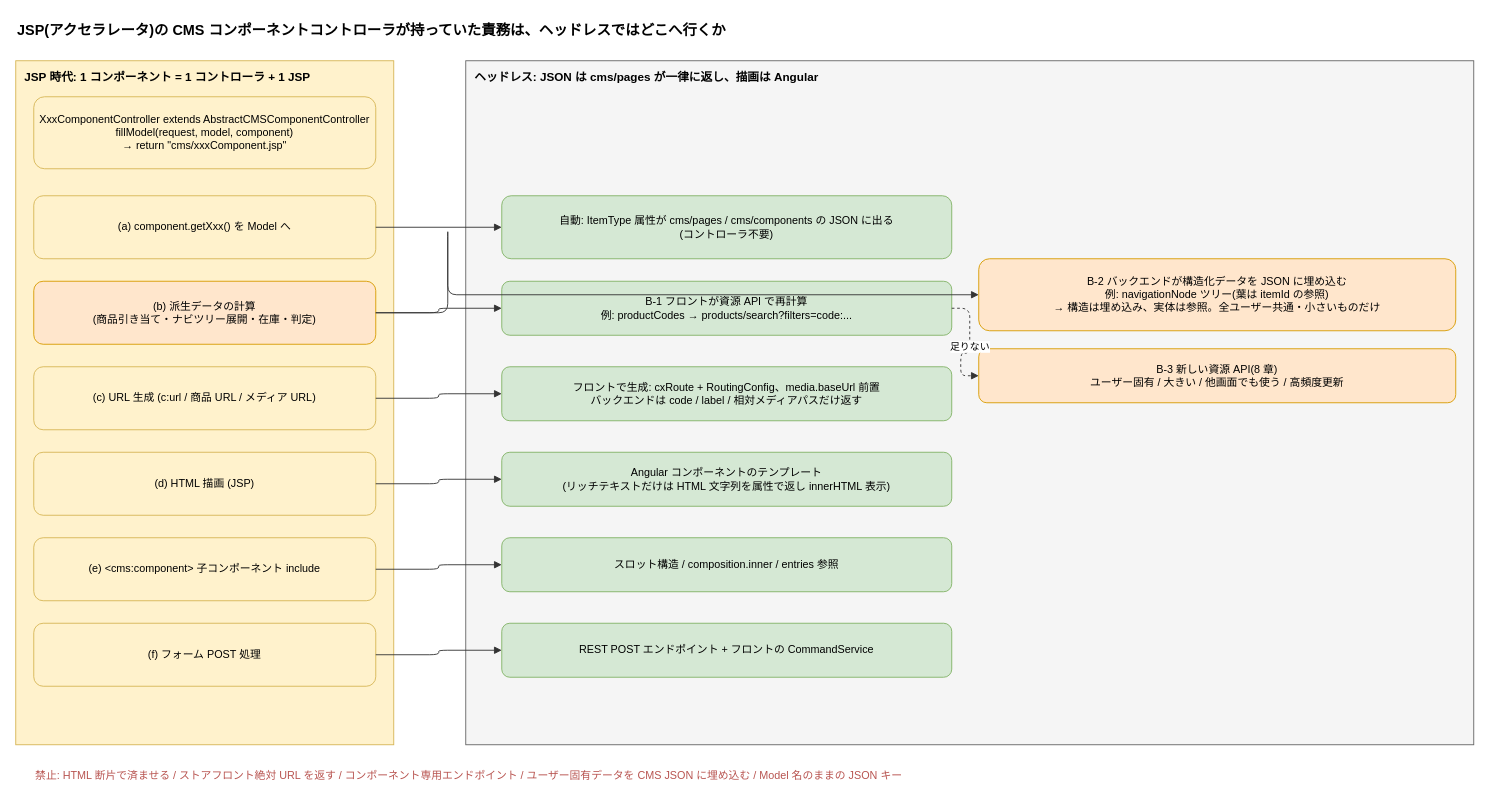
The draw.io diagram page "05 JSP→ヘッドレス 責務の移行" (5 of 13) of docs/diagrams/spartacus-architecture.drawio in kazumasamatsumoto/spartacus-architecture-notes, before the edit. Source tidied: cells renumbered, new cells numbered last; positions are measured from the earlier drawing's top-left corner, leaving out a move shared by most shapes. Both pictures are drawn from the tidied source at 90%, with x=0, y=0 at pixel (15, 15).
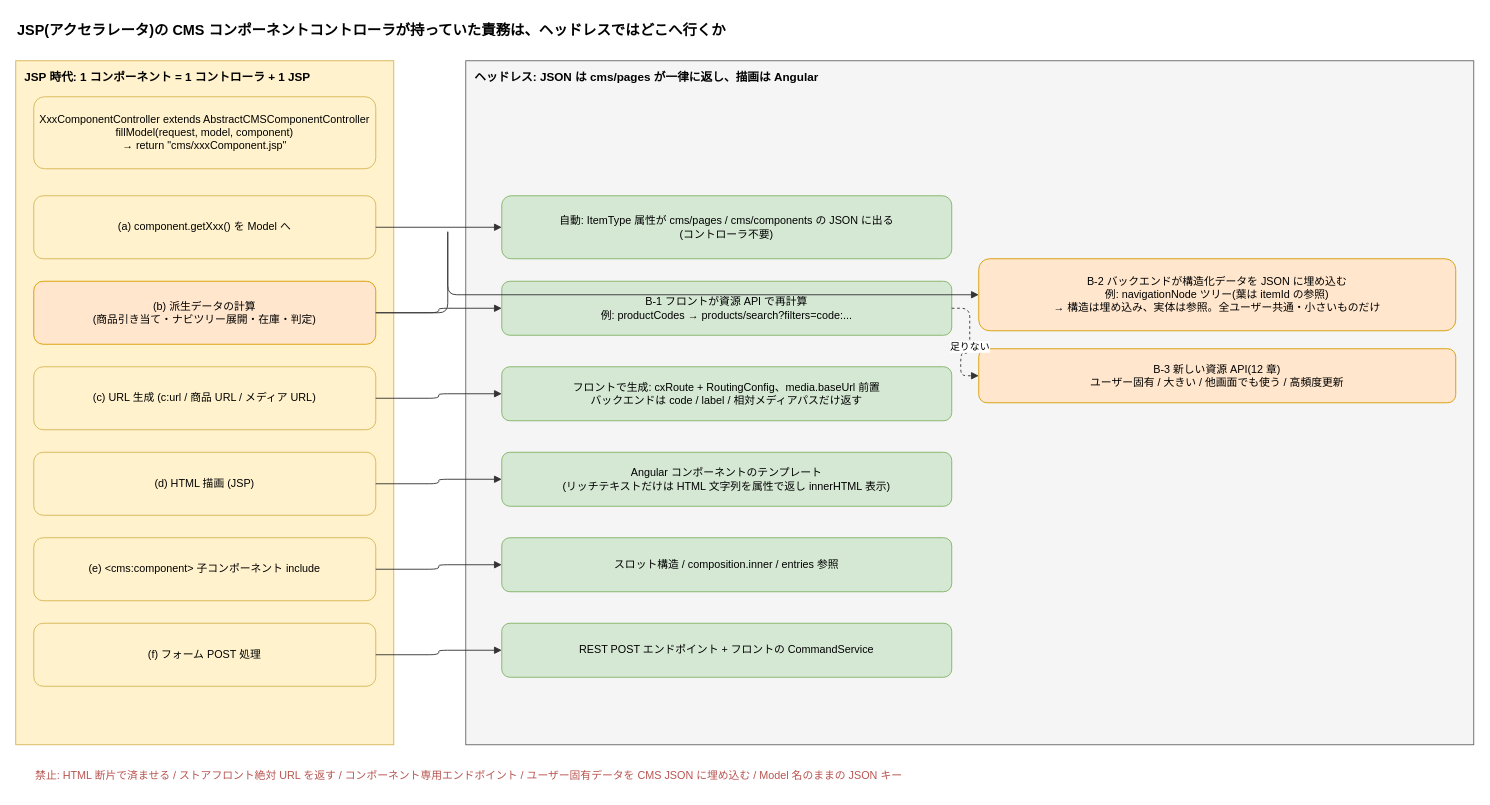
The same page after the edit.

What changed in the source:
```diff
@@
-    <mxCell id="15" value="B-3 新しい資源 API(8 章)&lt;br&gt;ユーザー固有 / 大きい / 他画面でも使う / 高頻度更新" style="rounded=1;whiteSpace=wrap;html=1;fillColor=#ffe6cc;strokeColor=#d79b00;fontSize=12;align=center;verticalAlign=middle;" parent="1" vertex="1">
+    <mxCell id="15" value="B-3 新しい資源 API(12 章)&lt;br&gt;ユーザー固有 / 大きい / 他画面でも使う / 高頻度更新" style="rounded=1;whiteSpace=wrap;html=1;fillColor=#ffe6cc;strokeColor=#d79b00;fontSize=12;align=center;verticalAlign=middle;" parent="1" vertex="1">
       <mxGeometry x="1070" y="370" width="530" height="60" as="geometry" />
     </mxCell>
```
